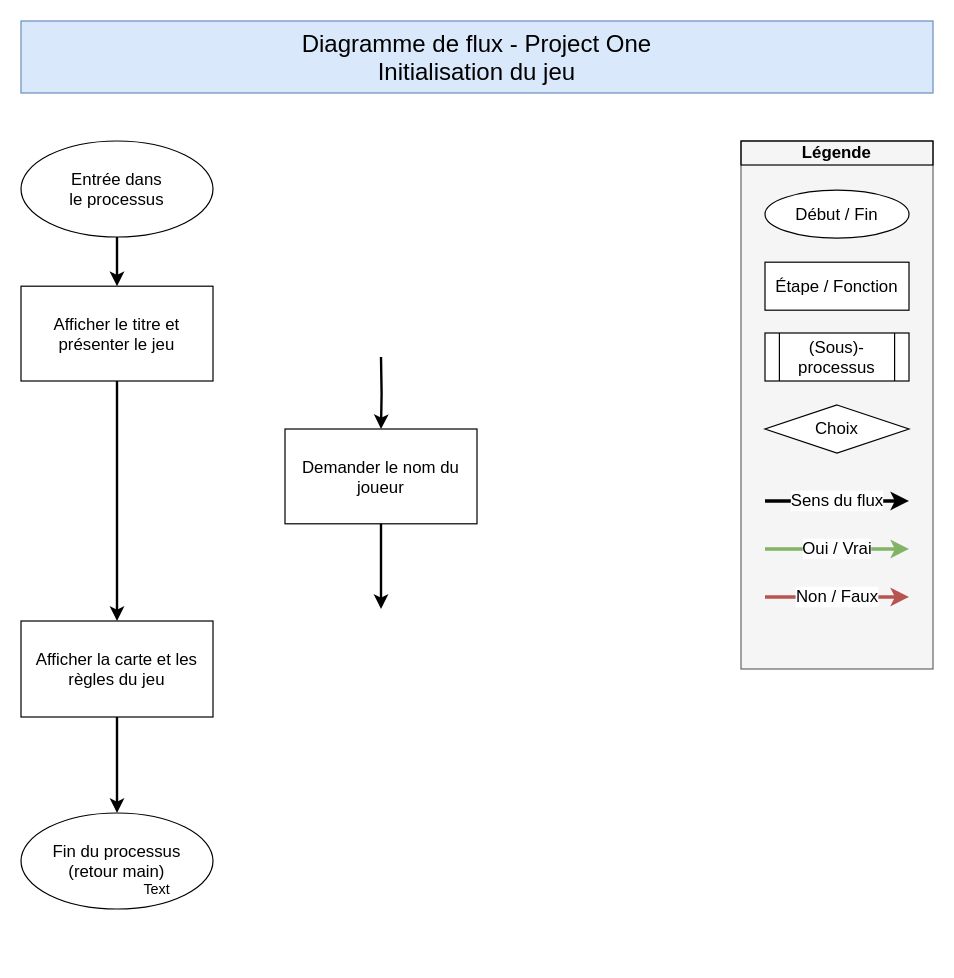
The draw.io diagram page "initialization" (2 of 4) of project_one_.drawio in Aurelia61/project_one, before the edit. Source tidied: cells renumbered, new cells numbered last; positions are measured from the earlier drawing's top-left corner, leaving out a move shared by most shapes. Both pictures are drawn from the tidied source at 120%, with x=0, y=0 at pixel (20, 20).
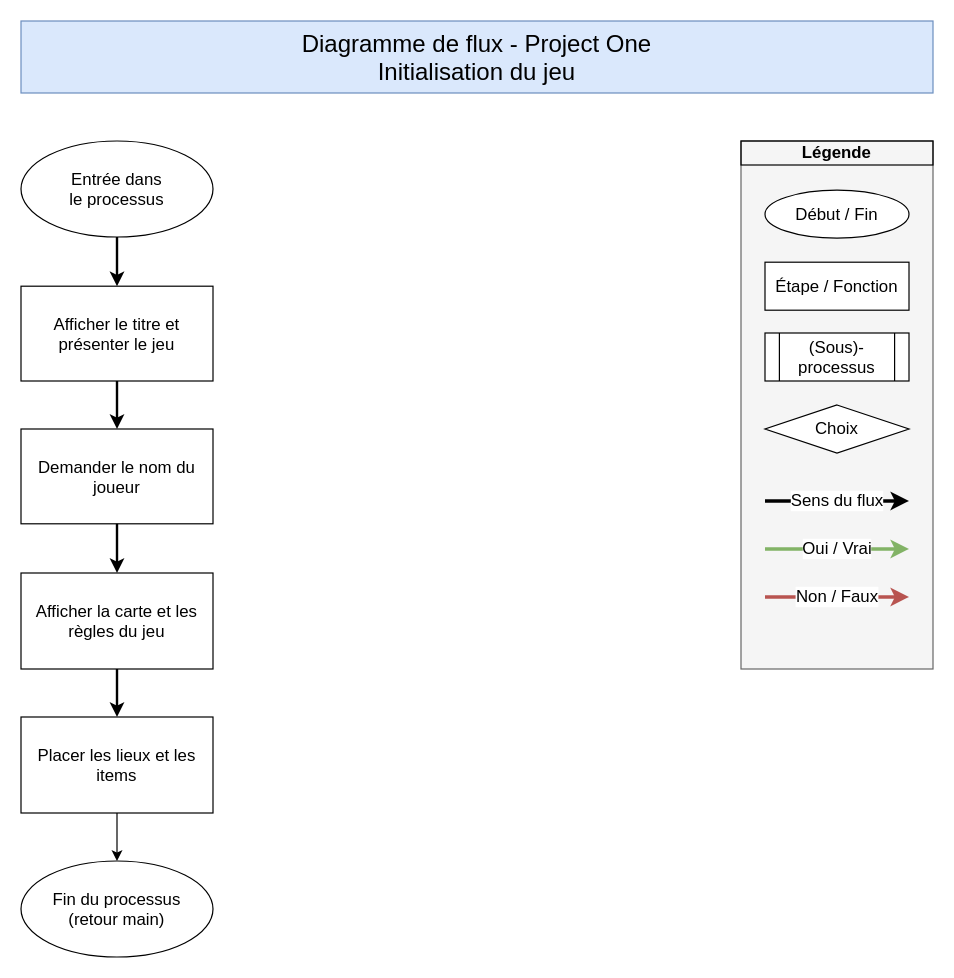
Above is the later version.

Unchanged cells that the change refers to:
```xml
<mxCell id="21" value="Afficher le titre et présenter le jeu" style="rounded=0;whiteSpace=wrap;html=1;fontSize=14;" parent="1" vertex="1">
  <mxGeometry y="221" width="160" height="79" as="geometry" />
</mxCell>
```

The edit, as a diff of the source:
```diff
@@
     <mxCell id="12" value="Demander le nom du joueur" style="rounded=0;whiteSpace=wrap;html=1;fontSize=14;" parent="1" vertex="1">
-      <mxGeometry x="220" y="340" width="160" height="79" as="geometry" />
+      <mxGeometry y="340" width="160" height="79" as="geometry" />
     </mxCell>
-    <mxCell id="13" style="edgeStyle=orthogonalEdgeStyle;rounded=0;jettySize=auto;html=1;exitX=0.5;exitY=1;exitDx=0;exitDy=0;entryX=0.5;entryY=0;entryDx=0;entryDy=0;strokeWidth=2;fontSize=14;" parent="1" edge="1" source="22" target="17">
+    <mxCell id="13" style="edgeStyle=orthogonalEdgeStyle;rounded=0;jettySize=auto;html=1;exitX=0.5;exitY=1;exitDx=0;exitDy=0;entryX=0.5;entryY=0;entryDx=0;entryDy=0;strokeWidth=2;fontSize=14;" parent="1" edge="1" source="22" target="24">
       <mxGeometry relative="1" as="geometry" />
     </mxCell>
@@
-    <mxCell id="15" style="endArrow=classic;html=1;fontSize=14;strokeWidth=2;exitX=0.5;exitY=1;exitDx=0;exitDy=0;entryX=0.5;entryY=0;entryDx=0;entryDy=0;" parent="1" edge="1" source="21" target="22">
-      <mxGeometry relative="1" as="geometry" />
-    </mxCell>
-    <mxCell id="16" style="edgeStyle=orthogonalEdgeStyle;rounded=0;jettySize=auto;html=1;entryX=0.5;entryY=0;entryDx=0;entryDy=0;strokeWidth=2;fontSize=14;" parent="1" edge="1" target="12">
-      <mxGeometry relative="1" as="geometry">
-        <mxPoint x="300" y="280" as="sourcePoint" />
-      </mxGeometry>
+    <mxCell id="16" style="edgeStyle=orthogonalEdgeStyle;rounded=0;jettySize=auto;html=1;entryX=0.5;entryY=0;entryDx=0;entryDy=0;strokeWidth=2;fontSize=14;exitX=0.5;exitY=1;exitDx=0;exitDy=0;" parent="1" edge="1" source="21" target="12">
+      <mxGeometry relative="1" as="geometry" />
     </mxCell>
     <mxCell id="17" value="Fin du processus&lt;br&gt;(retour main)" style="ellipse;whiteSpace=wrap;html=1;fontSize=14;" parent="1" vertex="1">
-      <mxGeometry y="660" width="160" height="80" as="geometry" />
+      <mxGeometry y="700" width="160" height="80" as="geometry" />
     </mxCell>
-    <mxCell id="18" value="Text" style="text;html=1;align=center;verticalAlign=middle;" parent="17" vertex="1">
-      <mxGeometry x="93" y="54" width="40" height="20" as="geometry" />
-    </mxCell>
@@
-    <mxCell id="20" style="edgeStyle=orthogonalEdgeStyle;rounded=0;jettySize=auto;html=1;exitX=0.5;exitY=1;exitDx=0;exitDy=0;fontSize=14;strokeWidth=2;" parent="1" edge="1" source="12">
-      <mxGeometry relative="1" as="geometry">
-        <mxPoint x="300" y="490" as="targetPoint" />
-      </mxGeometry>
+    <mxCell id="20" style="edgeStyle=orthogonalEdgeStyle;rounded=0;jettySize=auto;html=1;exitX=0.5;exitY=1;exitDx=0;exitDy=0;fontSize=14;strokeWidth=2;entryX=0.5;entryY=0;entryDx=0;entryDy=0;" parent="1" edge="1" source="12" target="22">
+      <mxGeometry relative="1" as="geometry" />
     </mxCell>
@@
     <mxCell id="22" value="Afficher la carte et les règles du jeu" style="rounded=0;whiteSpace=wrap;html=1;fontSize=14;" parent="1" vertex="1">
-      <mxGeometry y="500" width="160" height="80" as="geometry" />
+      <mxGeometry y="460" width="160" height="80" as="geometry" />
     </mxCell>
+    <mxCell id="23" style="edgeStyle=orthogonalEdgeStyle;rounded=0;jettySize=auto;html=1;entryX=0.5;entryY=0;entryDx=0;entryDy=0;" parent="1" edge="1" source="24" target="17">
+      <mxGeometry relative="1" as="geometry" />
+    </mxCell>
+    <mxCell id="24" value="Placer les lieux et les items" style="rounded=0;whiteSpace=wrap;html=1;fontSize=14;" parent="1" vertex="1">
+      <mxGeometry y="580" width="160" height="80" as="geometry" />
+    </mxCell>
```
